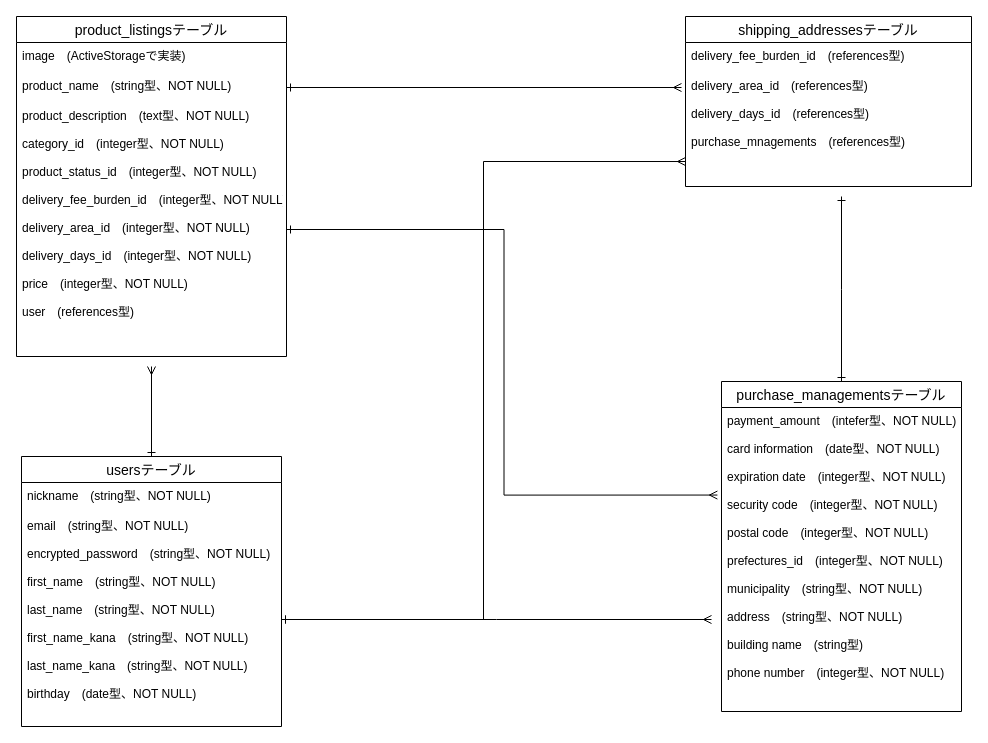
The draw.io diagram test.dio in Shunsuke1523/furima-34498, before the edit. Source tidied: cells renumbered, new cells numbered last; positions are measured from the earlier drawing's top-left corner, leaving out a move shared by most shapes. Both pictures are drawn from the tidied source at 100%, with x=0, y=0 at pixel (16, 16).
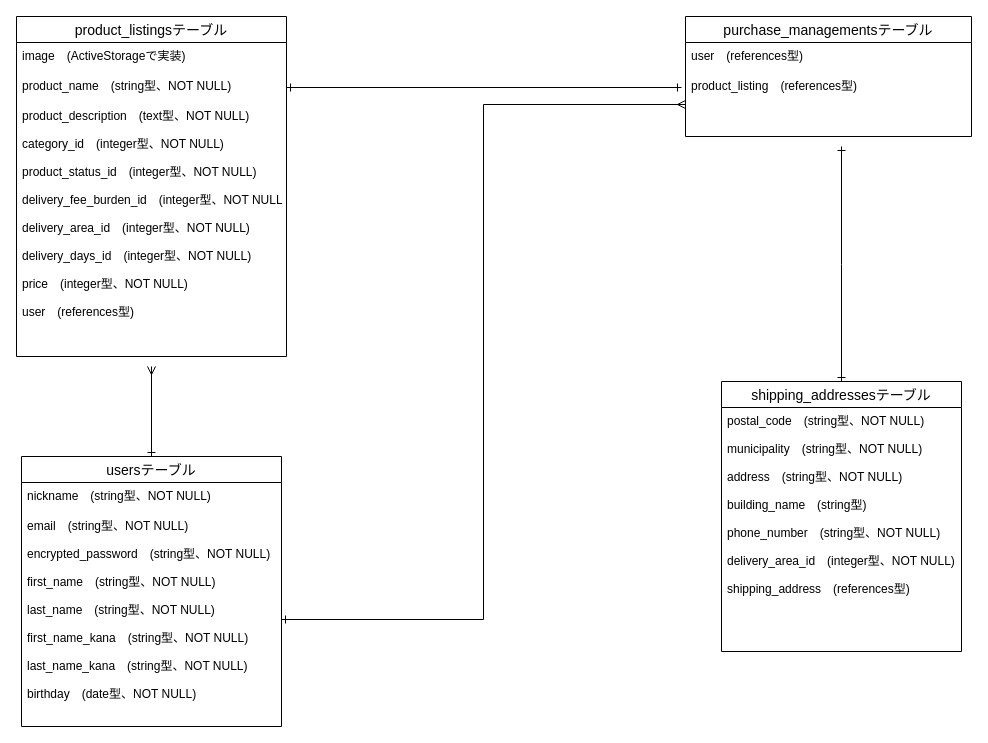
Above is the later version.

Commit message (it also covers changes not shown here):
データベース設計 (修正)

The change refers to these unchanged cells:
```xml
<mxCell id="5" value="email　(string型、NOT NULL)&#10;&#10;encrypted_password　(string型、NOT NULL)&#10;&#10;first_name　(string型、NOT NULL)&#10;&#10;last_name　(string型、NOT NULL)&#10;&#10;first_name_kana　(string型、NOT NULL)&#10;&#10;last_name_kana　(string型、NOT NULL)&#10;&#10;birthday　(date型、NOT NULL)&#10;&#10;&#10;" style="text;strokeColor=none;fillColor=none;spacingLeft=4;spacingRight=4;overflow=hidden;points=[[0,0.5],[1,0.5]];portConstraint=eastwest;fontSize=12;" parent="3" vertex="1">
  <mxGeometry y="56" width="260" height="214" as="geometry" />
</mxCell>
<mxCell id="11" value="product_name　(string型、NOT NULL)" style="text;strokeColor=none;fillColor=none;spacingLeft=4;spacingRight=4;overflow=hidden;points=[[0,0.5],[1,0.5]];portConstraint=eastwest;fontSize=12;" parent="9" vertex="1">
  <mxGeometry y="56" width="270" height="30" as="geometry" />
</mxCell>
<mxCell id="12" value="product_description　(text型、NOT NULL)&#10;&#10;category_id　(integer型、NOT NULL)&#10;&#10;product_status_id　(integer型、NOT NULL)&#10;&#10;delivery_fee_burden_id　(integer型、NOT NULL)&#10;&#10;delivery_area_id　(integer型、NOT NULL)&#10;&#10;delivery_days_id　(integer型、NOT NULL)&#10;&#10;price　(integer型、NOT NULL)&#10;&#10;user　(references型)" style="text;strokeColor=none;fillColor=none;spacingLeft=4;spacingRight=4;overflow=hidden;points=[[0,0.5],[1,0.5]];portConstraint=eastwest;fontSize=12;" parent="9" vertex="1">
  <mxGeometry y="86" width="270" height="254" as="geometry" />
</mxCell>
```

What changed in the source:
```diff
@@
     <mxCell id="6" style="edgeStyle=orthogonalEdgeStyle;rounded=0;jettySize=auto;html=1;startArrow=ERone;startFill=0;endArrow=ERone;endFill=0;" parent="1" edge="1" source="7">
       <mxGeometry relative="1" as="geometry">
-        <mxPoint x="825" y="180" as="targetPoint" />
+        <mxPoint x="825" y="130" as="targetPoint" />
       </mxGeometry>
     </mxCell>
-    <mxCell id="7" value="purchase_managementsテーブル" style="swimlane;fontStyle=0;horizontal=1;startSize=26;align=center;fontSize=14;" parent="1" vertex="1">
-      <mxGeometry x="705" y="365" width="240" height="330" as="geometry" />
+    <mxCell id="7" value="shipping_addressesテーブル" style="swimlane;fontStyle=0;horizontal=1;startSize=26;align=center;fontSize=14;" parent="1" vertex="1">
+      <mxGeometry x="705" y="365" width="240" height="270" as="geometry" />
     </mxCell>
-    <mxCell id="8" value="payment_amount　(intefer型、NOT NULL)&#10;&#10;card information　(date型、NOT NULL)&#10;&#10;expiration date　(integer型、NOT NULL)&#10;&#10;security code　(integer型、NOT NULL)&#10;&#10;postal code　(integer型、NOT NULL)&#10;&#10;prefectures_id　(integer型、NOT NULL)&#10;&#10;municipality　(string型、NOT NULL)&#10;&#10;address　(string型、NOT NULL)&#10;&#10;building name　(string型)&#10;&#10;phone number　(integer型、NOT NULL)&#10;&#10;&#10;&#10;&#10;&#10;&#10;&#10;&#10;&#10;&#10;&#10;&#10;&#10;&#10;&#10;&#10;&#10;&#10;" style="text;strokeColor=none;fillColor=none;spacingLeft=4;spacingRight=4;overflow=hidden;points=[[0,0.5],[1,0.5]];portConstraint=eastwest;fontSize=12;" parent="7" vertex="1">
-      <mxGeometry y="26" width="240" height="304" as="geometry" />
+    <mxCell id="8" value="postal_code　(string型、NOT NULL)&#10;&#10;municipality　(string型、NOT NULL)&#10;&#10;address　(string型、NOT NULL)&#10;&#10;building_name　(string型)&#10;&#10;phone_number　(string型、NOT NULL)&#10;&#10;delivery_area_id　(integer型、NOT NULL)&#10;&#10;shipping_address　(references型)&#10;&#10;&#10;&#10;&#10;&#10;&#10;&#10;&#10;&#10;&#10;&#10;&#10;&#10;&#10;&#10;&#10;&#10;" style="text;strokeColor=none;fillColor=none;spacingLeft=4;spacingRight=4;overflow=hidden;points=[[0,0.5],[1,0.5]];portConstraint=eastwest;fontSize=12;" parent="7" vertex="1">
+      <mxGeometry y="26" width="240" height="244" as="geometry" />
     </mxCell>
@@
-    <mxCell id="13" value="shipping_addressesテーブル" style="swimlane;fontStyle=0;horizontal=1;startSize=26;align=center;fontSize=14;" parent="1" vertex="1">
-      <mxGeometry x="669" width="286" height="170" as="geometry" />
+    <mxCell id="13" value="purchase_managementsテーブル" style="swimlane;fontStyle=0;horizontal=1;startSize=26;align=center;fontSize=14;" parent="1" vertex="1">
+      <mxGeometry x="669" width="286" height="120" as="geometry" />
     </mxCell>
-    <mxCell id="14" value="delivery_fee_burden_id　(references型)&#10;" style="text;strokeColor=none;fillColor=none;spacingLeft=4;spacingRight=4;overflow=hidden;fontSize=12;" parent="13" vertex="1">
+    <mxCell id="14" value="user　(references型)&#10;" style="text;strokeColor=none;fillColor=none;spacingLeft=4;spacingRight=4;overflow=hidden;fontSize=12;" parent="13" vertex="1">
       <mxGeometry y="26" width="286" height="30" as="geometry" />
     </mxCell>
-    <mxCell id="15" value="delivery_area_id　(references型)&#10;&#10;delivery_days_id　(references型)&#10;&#10;purchase_mnagements　(references型)" style="text;strokeColor=none;fillColor=none;spacingLeft=4;spacingRight=4;overflow=hidden;points=[[0,0.5],[1,0.5]];portConstraint=eastwest;fontSize=12;" parent="13" vertex="1">
-      <mxGeometry y="56" width="286" height="114" as="geometry" />
+    <mxCell id="15" value="product_listing　(references型)" style="text;strokeColor=none;fillColor=none;spacingLeft=4;spacingRight=4;overflow=hidden;points=[[0,0.5],[1,0.5]];portConstraint=eastwest;fontSize=12;" parent="13" vertex="1">
+      <mxGeometry y="56" width="286" height="64" as="geometry" />
     </mxCell>
-    <mxCell id="16" style="edgeStyle=orthogonalEdgeStyle;rounded=0;jettySize=auto;html=1;startArrow=ERone;startFill=0;endArrow=ERmany;endFill=0;" parent="1" edge="1" source="5">
-      <mxGeometry relative="1" as="geometry">
-        <mxPoint x="695" y="603" as="targetPoint" />
-      </mxGeometry>
-    </mxCell>
-    <mxCell id="17" style="edgeStyle=orthogonalEdgeStyle;rounded=0;jettySize=auto;html=1;startArrow=ERone;startFill=0;endArrow=ERmany;endFill=0;entryX=0;entryY=0.781;entryDx=0;entryDy=0;entryPerimeter=0;" parent="1" edge="1" source="5" target="15">
+    <mxCell id="17" style="edgeStyle=orthogonalEdgeStyle;rounded=0;jettySize=auto;html=1;startArrow=ERone;startFill=0;endArrow=ERmany;endFill=0;entryX=0;entryY=0.5;entryDx=0;entryDy=0;" parent="1" edge="1" source="5" target="15">
       <mxGeometry relative="1" as="geometry" />
     </mxCell>
-    <mxCell id="18" style="edgeStyle=orthogonalEdgeStyle;rounded=0;jettySize=auto;html=1;startArrow=ERone;startFill=0;endArrow=ERmany;endFill=0;" parent="1" edge="1" source="11">
+    <mxCell id="18" style="edgeStyle=orthogonalEdgeStyle;rounded=0;jettySize=auto;html=1;startArrow=ERone;startFill=0;endArrow=ERone;endFill=0;" parent="1" edge="1" source="11">
       <mxGeometry relative="1" as="geometry">
         <mxPoint x="665" y="71" as="targetPoint" />
       </mxGeometry>
     </mxCell>
-    <mxCell id="19" style="edgeStyle=orthogonalEdgeStyle;rounded=0;jettySize=auto;html=1;entryX=-0.017;entryY=0.288;entryDx=0;entryDy=0;entryPerimeter=0;startArrow=ERone;startFill=0;endArrow=ERmany;endFill=0;" parent="1" edge="1" source="12" target="8">
-      <mxGeometry relative="1" as="geometry" />
-    </mxCell>
```
